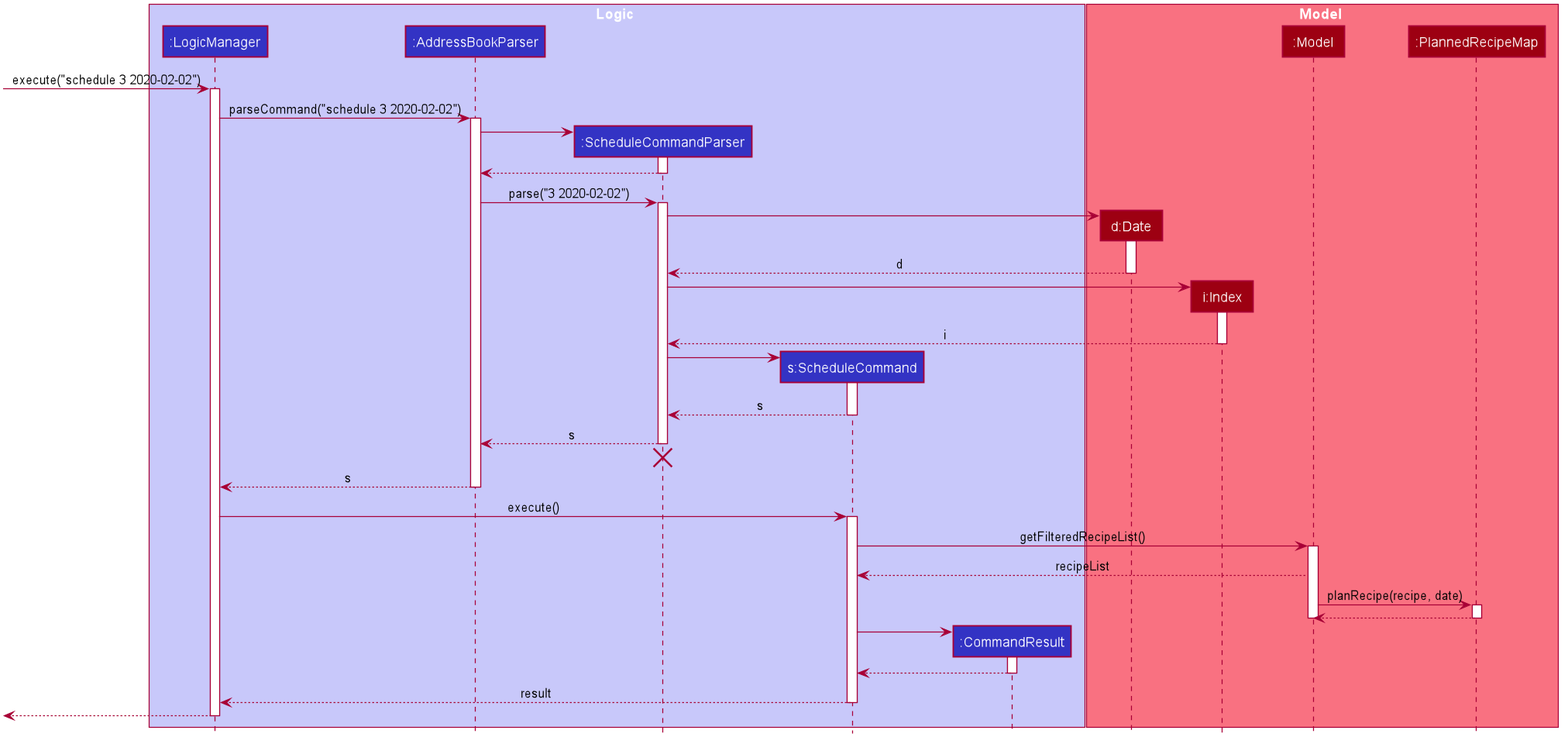
Earlier version of the PlantUML export docs/images/PlanningSequenceDiagram.png (nus-cs2103-AY1920S2/addressbook-level3).
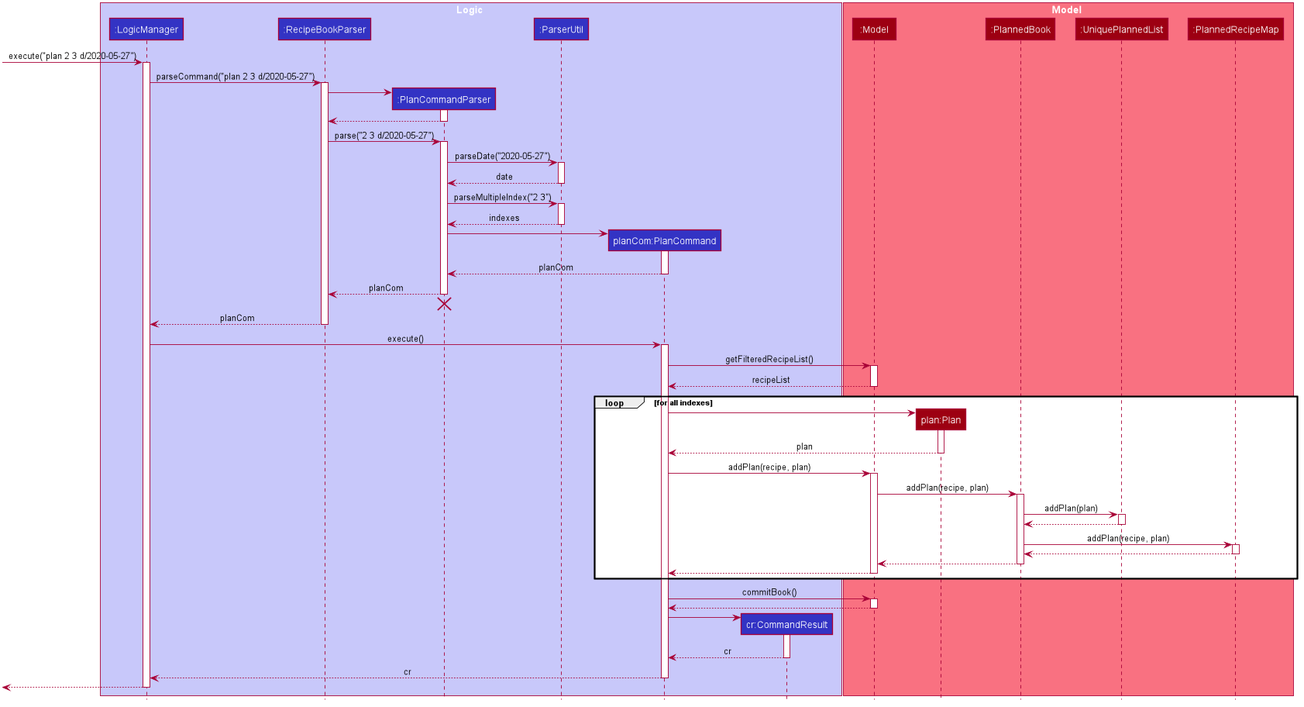
Above is the later version.

Change to the diagram source:
```diff
@@ -50,88 +50,123 @@
 
 box Logic #C8C8FA
 participant ":LogicManager" as LogicManager #3333C4
-participant ":AddressBookParser" as AddressBookParser #3333C4
-participant ":ScheduleCommandParser" as ScheduleCommandParser #3333C4
-participant "s:ScheduleCommand" as ScheduleCommand #3333C4
-participant ":CommandResult" as CommandResult #3333C4
+participant ":RecipeBookParser" as RecipeBookParser #3333C4
+participant ":PlanCommandParser" as PlanCommandParser #3333C4
+participant ":ParserUtil" as ParserUtil #3333C4
+participant "planCom:PlanCommand" as PlanCommand #3333C4
+participant "cr:CommandResult" as CommandResult #3333C4
 end box
 
 box Model #F97181
-participant "d:Date" as Date #9D0012
-participant "i:Index" as Index #9D0012
 participant ":Model" as Model #9D0012
+participant "plan:Plan" as Plan #9D0012
+participant ":PlannedBook" as PlannedBook #9D0012
+participant ":UniquePlannedList" as UniquePlannedList #9D0012
 participant ":PlannedRecipeMap" as PlannedRecipeMap #9D0012
 end box
 
-[-> LogicManager : execute("schedule 3 2020-02-02")
+[-> LogicManager : execute("plan 2 3 d/2020-05-27")
 activate LogicManager
 
-LogicManager -> AddressBookParser : parseCommand("schedule 3 2020-02-02")
-activate AddressBookParser
+LogicManager -> RecipeBookParser : parseCommand("plan 2 3 d/2020-05-27")
+activate RecipeBookParser
 
-create ScheduleCommandParser
-AddressBookParser -> ScheduleCommandParser
-activate ScheduleCommandParser
+create PlanCommandParser
+RecipeBookParser -> PlanCommandParser
+activate PlanCommandParser
 
-ScheduleCommandParser --> AddressBookParser
-deactivate ScheduleCommandParser
+PlanCommandParser --> RecipeBookParser
+deactivate PlanCommandParser
 
-AddressBookParser -> ScheduleCommandParser : parse("3 2020-02-02")
-activate ScheduleCommandParser
+RecipeBookParser -> PlanCommandParser : parse("2 3 d/2020-05-27")
+activate PlanCommandParser
 
+PlanCommandParser -> ParserUtil : parseDate("2020-05-27")
+activate ParserUtil
 
-create Date
-ScheduleCommandParser -> Date
-activate Date
+ParserUtil --> PlanCommandParser : date
+deactivate ParserUtil
 
-Date --> ScheduleCommandParser : d
-deactivate Date
+PlanCommandParser -> ParserUtil : parseMultipleIndex("2 3")
+activate ParserUtil
 
-create Index
-ScheduleCommandParser -> Index
-activate Index
+ParserUtil --> PlanCommandParser : indexes
+deactivate ParserUtil
 
-Index --> ScheduleCommandParser : i
-deactivate Index
+create PlanCommand
+PlanCommandParser -> PlanCommand
+activate PlanCommand
 
-create ScheduleCommand
-ScheduleCommandParser -> ScheduleCommand
-activate ScheduleCommand
+PlanCommand --> PlanCommandParser : planCom
+deactivate PlanCommand
 
-ScheduleCommand --> ScheduleCommandParser : s
-deactivate ScheduleCommand
+PlanCommandParser --> RecipeBookParser : planCom
+deactivate PlanCommandParser
+PlanCommandParser -[hidden]-> RecipeBookParser
+destroy PlanCommandParser
 
-ScheduleCommandParser --> AddressBookParser : s
-deactivate ScheduleCommandParser
-ScheduleCommandParser -[hidden]-> AddressBookParser
-destroy ScheduleCommandParser
+RecipeBookParser --> LogicManager : planCom
+deactivate RecipeBookParser
 
-AddressBookParser --> LogicManager : s
-deactivate AddressBookParser
+LogicManager -> PlanCommand : execute()
+activate PlanCommand
 
-LogicManager -> ScheduleCommand : execute()
-activate ScheduleCommand
+PlanCommand -> Model : getFilteredRecipeList()
+activate Model
 
-ScheduleCommand -> Model : getFilteredRecipeList()
+Model --> PlanCommand : recipeList
+deactivate Model
+
+loop for all indexes
+    create Plan
+    PlanCommand -> Plan
+    activate Plan
+
+    Plan --> PlanCommand : plan
+    deactivate Plan
+
+    PlanCommand -> Model : addPlan(recipe, plan)
+    activate Model
+
+    Model -> PlannedBook : addPlan(recipe, plan)
+    activate PlannedBook
+
+    PlannedBook -> UniquePlannedList : addPlan(plan)
+    activate UniquePlannedList
+
+    UniquePlannedList --> PlannedBook
+    deactivate UniquePlannedList
+
+    PlannedBook -> PlannedRecipeMap : addPlan(recipe, plan)
+    activate PlannedRecipeMap
+
+    PlannedRecipeMap --> PlannedBook
+    deactivate PlannedRecipeMap
+
+    PlannedBook --> Model
+    deactivate PlannedBook
+
+    Model --> PlanCommand
+    deactivate Model
+
+end loop
+
+PlanCommand -> Model : commitBook()
 activate Model
-Model --> ScheduleCommand : recipeList
 
-
-Model -> PlannedRecipeMap : planRecipe(recipe, date)
-activate PlannedRecipeMap
-PlannedRecipeMap --> Model
-deactivate PlannedRecipeMap
-
+Model --> PlanCommand
 deactivate Model
 
 create CommandResult
-ScheduleCommand -> CommandResult
+PlanCommand -> CommandResult
 activate CommandResult
-CommandResult --> ScheduleCommand
+CommandResult --> PlanCommand : cr
 deactivate CommandResult
 
-ScheduleCommand --> LogicManager : result
-deactivate ScheduleCommand
+PlanCommand --> LogicManager : cr
+deactivate PlanCommand
+
+
 
 [<--LogicManager
 deactivate LogicManager
```
